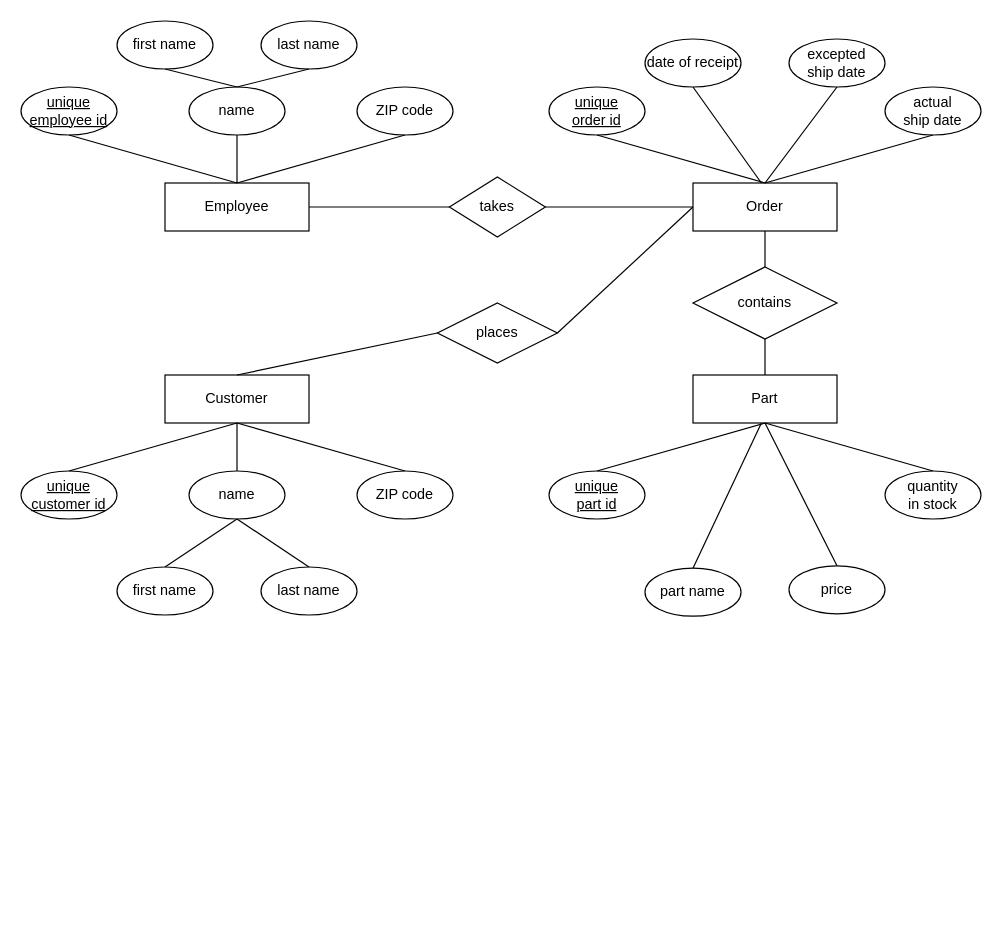
Above: erd.drawio in Sion99/C-Programming-for-Beginners (draw.io), before the change. Source tidied: cells renumbered, new cells numbered last; positions are measured from the earlier drawing's top-left corner, leaving out a move shared by most shapes. Both pictures are drawn from the tidied source at 120%, with x=0, y=0 at pixel (20, 20).
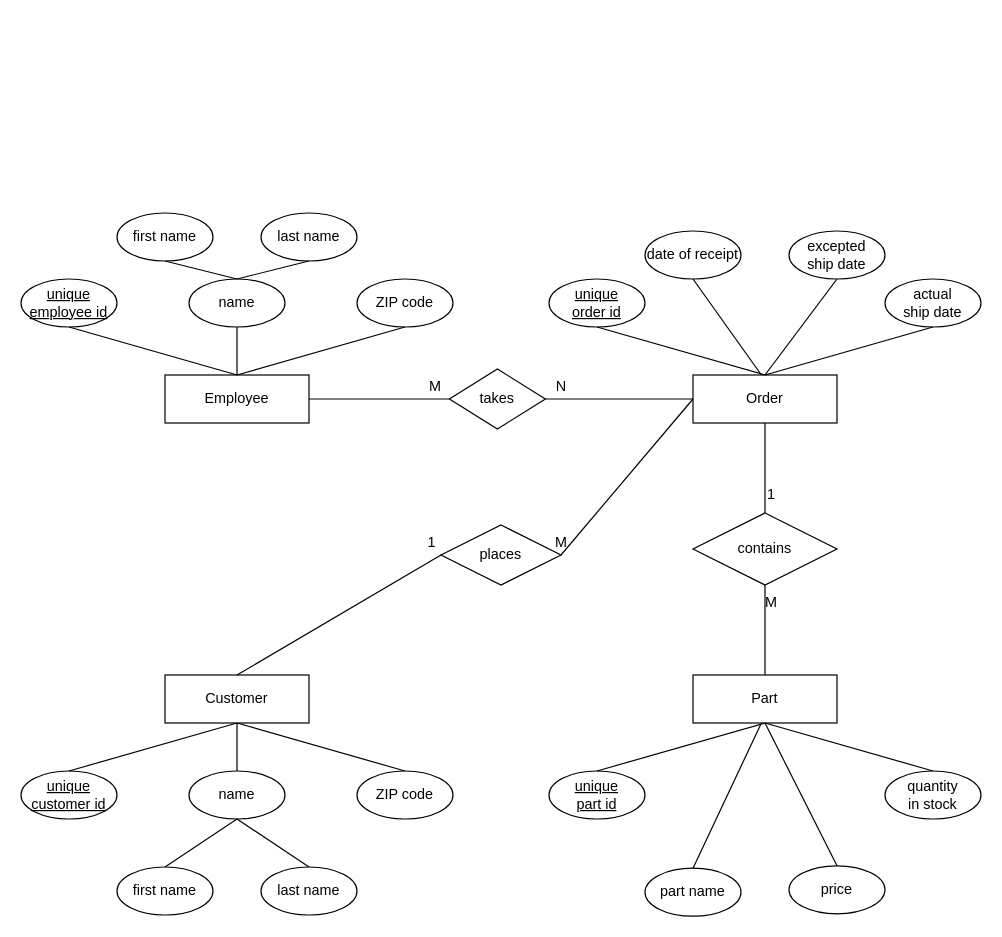
The same diagram, later.

Diff of the diagram source:
```diff
@@
     <mxCell id="2" value="Employee" style="whiteSpace=wrap;html=1;align=center;" parent="1" vertex="1">
-      <mxGeometry x="120" y="135" width="120" height="40" as="geometry" />
+      <mxGeometry x="120" y="295" width="120" height="40" as="geometry" />
     </mxCell>
     <mxCell id="3" value="Order" style="whiteSpace=wrap;html=1;align=center;" parent="1" vertex="1">
-      <mxGeometry x="560" y="135" width="120" height="40" as="geometry" />
+      <mxGeometry x="560" y="295" width="120" height="40" as="geometry" />
     </mxCell>
     <mxCell id="4" value="Part" style="whiteSpace=wrap;html=1;align=center;" parent="1" vertex="1">
-      <mxGeometry x="560" y="295" width="120" height="40" as="geometry" />
+      <mxGeometry x="560" y="545" width="120" height="40" as="geometry" />
     </mxCell>
     <mxCell id="5" value="Customer" style="whiteSpace=wrap;html=1;align=center;" parent="1" vertex="1">
-      <mxGeometry x="120" y="295" width="120" height="40" as="geometry" />
+      <mxGeometry x="120" y="545" width="120" height="40" as="geometry" />
     </mxCell>
     <mxCell id="6" value="&lt;u&gt;unique employee id&lt;/u&gt;" style="ellipse;whiteSpace=wrap;html=1;align=center;" parent="1" vertex="1">
-      <mxGeometry y="55" width="80" height="40" as="geometry" />
+      <mxGeometry y="215" width="80" height="40" as="geometry" />
     </mxCell>
     <mxCell id="7" value="first name" style="ellipse;whiteSpace=wrap;html=1;align=center;" parent="1" vertex="1">
-      <mxGeometry x="80" width="80" height="40" as="geometry" />
+      <mxGeometry x="80" y="160" width="80" height="40" as="geometry" />
     </mxCell>
     <mxCell id="8" value="last name" style="ellipse;whiteSpace=wrap;html=1;align=center;" parent="1" vertex="1">
-      <mxGeometry x="200" width="80" height="40" as="geometry" />
+      <mxGeometry x="200" y="160" width="80" height="40" as="geometry" />
     </mxCell>
     <mxCell id="9" value="ZIP code" style="ellipse;whiteSpace=wrap;html=1;align=center;" parent="1" vertex="1">
-      <mxGeometry x="280" y="55" width="80" height="40" as="geometry" />
+      <mxGeometry x="280" y="215" width="80" height="40" as="geometry" />
     </mxCell>
     <mxCell id="10" value="name" style="ellipse;whiteSpace=wrap;html=1;align=center;" parent="1" vertex="1">
-      <mxGeometry x="140" y="55" width="80" height="40" as="geometry" />
+      <mxGeometry x="140" y="215" width="80" height="40" as="geometry" />
     </mxCell>
@@
     <mxCell id="12" style="endArrow=none;html=1;rounded=0;exitX=0.5;exitY=1;exitDx=0;exitDy=0;" parent="1" edge="1" source="10">
       <mxGeometry relative="1" as="geometry">
-        <mxPoint x="180" y="135" as="targetPoint" />
+        <mxPoint x="180" y="295" as="targetPoint" />
       </mxGeometry>
     </mxCell>
@@
     <mxCell id="16" value="&lt;u&gt;unique&lt;br&gt;order id&lt;br&gt;&lt;/u&gt;" style="ellipse;whiteSpace=wrap;html=1;align=center;" parent="1" vertex="1">
-      <mxGeometry x="440" y="55" width="80" height="40" as="geometry" />
+      <mxGeometry x="440" y="215" width="80" height="40" as="geometry" />
     </mxCell>
     <mxCell id="17" value="date of receipt" style="ellipse;whiteSpace=wrap;html=1;align=center;" parent="1" vertex="1">
-      <mxGeometry x="520" y="15" width="80" height="40" as="geometry" />
+      <mxGeometry x="520" y="175" width="80" height="40" as="geometry" />
     </mxCell>
     <mxCell id="18" value="excepted&lt;br&gt;ship date" style="ellipse;whiteSpace=wrap;html=1;align=center;" parent="1" vertex="1">
-      <mxGeometry x="640" y="15" width="80" height="40" as="geometry" />
+      <mxGeometry x="640" y="175" width="80" height="40" as="geometry" />
     </mxCell>
     <mxCell id="19" value="actual&lt;br&gt;ship date" style="ellipse;whiteSpace=wrap;html=1;align=center;" parent="1" vertex="1">
-      <mxGeometry x="720" y="55" width="80" height="40" as="geometry" />
+      <mxGeometry x="720" y="215" width="80" height="40" as="geometry" />
     </mxCell>
     <mxCell id="20" style="endArrow=none;html=1;rounded=0;exitX=0.5;exitY=1;exitDx=0;exitDy=0;" parent="1" edge="1" source="16">
       <mxGeometry relative="1" as="geometry">
-        <mxPoint x="620" y="135" as="targetPoint" />
+        <mxPoint x="620" y="295" as="targetPoint" />
       </mxGeometry>
     </mxCell>
     <mxCell id="21" style="endArrow=none;html=1;rounded=0;exitX=0.5;exitY=1;exitDx=0;exitDy=0;" parent="1" edge="1" source="19">
       <mxGeometry relative="1" as="geometry">
-        <mxPoint x="620" y="135" as="targetPoint" />
+        <mxPoint x="620" y="295" as="targetPoint" />
       </mxGeometry>
     </mxCell>
     <mxCell id="22" style="endArrow=none;html=1;rounded=0;exitX=0.5;exitY=1;exitDx=0;exitDy=0;" parent="1" edge="1" source="17">
       <mxGeometry relative="1" as="geometry">
-        <mxPoint x="617" y="135" as="targetPoint" />
+        <mxPoint x="617" y="295" as="targetPoint" />
       </mxGeometry>
     </mxCell>
@@
     <mxCell id="24" value="&lt;u&gt;unique customer id&lt;/u&gt;" style="ellipse;whiteSpace=wrap;html=1;align=center;" parent="1" vertex="1">
-      <mxGeometry y="375" width="80" height="40" as="geometry" />
+      <mxGeometry y="625" width="80" height="40" as="geometry" />
     </mxCell>
     <mxCell id="25" value="first name" style="ellipse;whiteSpace=wrap;html=1;align=center;" parent="1" vertex="1">
-      <mxGeometry x="80" y="455" width="80" height="40" as="geometry" />
+      <mxGeometry x="80" y="705" width="80" height="40" as="geometry" />
     </mxCell>
     <mxCell id="26" value="last name" style="ellipse;whiteSpace=wrap;html=1;align=center;" parent="1" vertex="1">
-      <mxGeometry x="200" y="455" width="80" height="40" as="geometry" />
+      <mxGeometry x="200" y="705" width="80" height="40" as="geometry" />
     </mxCell>
     <mxCell id="27" value="ZIP code" style="ellipse;whiteSpace=wrap;html=1;align=center;" parent="1" vertex="1">
-      <mxGeometry x="280" y="375" width="80" height="40" as="geometry" />
+      <mxGeometry x="280" y="625" width="80" height="40" as="geometry" />
     </mxCell>
     <mxCell id="28" value="name" style="ellipse;whiteSpace=wrap;html=1;align=center;" parent="1" vertex="1">
-      <mxGeometry x="140" y="375" width="80" height="40" as="geometry" />
+      <mxGeometry x="140" y="625" width="80" height="40" as="geometry" />
     </mxCell>
     <mxCell id="29" style="endArrow=none;html=1;rounded=0;entryX=0.5;entryY=1;entryDx=0;entryDy=0;" parent="1" edge="1">
       <mxGeometry relative="1" as="geometry">
-        <mxPoint x="40" y="375" as="sourcePoint" />
-        <mxPoint x="180" y="335" as="targetPoint" />
+        <mxPoint x="40" y="625" as="sourcePoint" />
+        <mxPoint x="180" y="585" as="targetPoint" />
       </mxGeometry>
     </mxCell>
     <mxCell id="30" style="endArrow=none;html=1;rounded=0;entryX=0.5;entryY=1;entryDx=0;entryDy=0;" parent="1" edge="1">
       <mxGeometry relative="1" as="geometry">
-        <mxPoint x="180" y="375" as="sourcePoint" />
-        <mxPoint x="180" y="335" as="targetPoint" />
+        <mxPoint x="180" y="625" as="sourcePoint" />
+        <mxPoint x="180" y="585" as="targetPoint" />
       </mxGeometry>
     </mxCell>
     <mxCell id="31" style="endArrow=none;html=1;rounded=0;" parent="1" edge="1">
       <mxGeometry relative="1" as="geometry">
-        <mxPoint x="320" y="375" as="sourcePoint" />
-        <mxPoint x="180" y="335" as="targetPoint" />
+        <mxPoint x="320" y="625" as="sourcePoint" />
+        <mxPoint x="180" y="585" as="targetPoint" />
       </mxGeometry>
     </mxCell>
     <mxCell id="32" style="endArrow=none;html=1;rounded=0;entryX=0.5;entryY=1;entryDx=0;entryDy=0;" parent="1" edge="1" target="28">
       <mxGeometry relative="1" as="geometry">
-        <mxPoint x="120" y="455" as="sourcePoint" />
+        <mxPoint x="120" y="705" as="sourcePoint" />
       </mxGeometry>
     </mxCell>
     <mxCell id="33" style="endArrow=none;html=1;rounded=0;exitX=0.5;exitY=0;exitDx=0;exitDy=0;" parent="1" edge="1" source="26">
       <mxGeometry relative="1" as="geometry">
-        <mxPoint x="180" y="415" as="targetPoint" />
+        <mxPoint x="180" y="665" as="targetPoint" />
       </mxGeometry>
     </mxCell>
     <mxCell id="34" value="&lt;u&gt;unique&lt;br&gt;part id&lt;/u&gt;" style="ellipse;whiteSpace=wrap;html=1;align=center;" parent="1" vertex="1">
-      <mxGeometry x="440" y="375" width="80" height="40" as="geometry" />
+      <mxGeometry x="440" y="625" width="80" height="40" as="geometry" />
     </mxCell>
     <mxCell id="35" value="part name" style="ellipse;whiteSpace=wrap;html=1;align=center;" parent="1" vertex="1">
-      <mxGeometry x="520" y="456" width="80" height="40" as="geometry" />
+      <mxGeometry x="520" y="706" width="80" height="40" as="geometry" />
     </mxCell>
     <mxCell id="36" value="price" style="ellipse;whiteSpace=wrap;html=1;align=center;" parent="1" vertex="1">
-      <mxGeometry x="640" y="454" width="80" height="40" as="geometry" />
+      <mxGeometry x="640" y="704" width="80" height="40" as="geometry" />
     </mxCell>
     <mxCell id="37" value="quantity&lt;br&gt;in stock" style="ellipse;whiteSpace=wrap;html=1;align=center;" parent="1" vertex="1">
-      <mxGeometry x="720" y="375" width="80" height="40" as="geometry" />
+      <mxGeometry x="720" y="625" width="80" height="40" as="geometry" />
     </mxCell>
     <mxCell id="38" style="endArrow=none;html=1;rounded=0;entryX=0.5;entryY=1;entryDx=0;entryDy=0;" parent="1" edge="1">
       <mxGeometry relative="1" as="geometry">
-        <mxPoint x="480" y="375" as="sourcePoint" />
-        <mxPoint x="620" y="335" as="targetPoint" />
+        <mxPoint x="480" y="625" as="sourcePoint" />
+        <mxPoint x="620" y="585" as="targetPoint" />
       </mxGeometry>
     </mxCell>
     <mxCell id="39" style="endArrow=none;html=1;rounded=0;" parent="1" edge="1">
       <mxGeometry relative="1" as="geometry">
-        <mxPoint x="760" y="375" as="sourcePoint" />
-        <mxPoint x="620" y="335" as="targetPoint" />
+        <mxPoint x="760" y="625" as="sourcePoint" />
+        <mxPoint x="620" y="585" as="targetPoint" />
       </mxGeometry>
     </mxCell>
     <mxCell id="40" style="endArrow=none;html=1;rounded=0;exitX=0.5;exitY=0;exitDx=0;exitDy=0;" parent="1" edge="1" source="35">
       <mxGeometry relative="1" as="geometry">
-        <mxPoint x="617" y="335" as="targetPoint" />
+        <mxPoint x="617" y="585" as="targetPoint" />
       </mxGeometry>
     </mxCell>
     <mxCell id="41" style="endArrow=none;html=1;rounded=0;entryX=0.5;entryY=1;entryDx=0;entryDy=0;exitX=0.5;exitY=0;exitDx=0;exitDy=0;" parent="1" edge="1" source="36">
       <mxGeometry relative="1" as="geometry">
-        <mxPoint x="620" y="335" as="targetPoint" />
+        <mxPoint x="620" y="585" as="targetPoint" />
       </mxGeometry>
     </mxCell>
     <mxCell id="42" value="contains" style="shape=rhombus;perimeter=rhombusPerimeter;whiteSpace=wrap;html=1;align=center;" parent="1" vertex="1">
-      <mxGeometry x="560" y="205" width="120" height="60" as="geometry" />
+      <mxGeometry x="560" y="410" width="120" height="60" as="geometry" />
     </mxCell>
     <mxCell id="43" value="takes" style="shape=rhombus;perimeter=rhombusPerimeter;whiteSpace=wrap;html=1;align=center;" parent="1" vertex="1">
-      <mxGeometry x="357" y="130" width="80" height="50" as="geometry" />
+      <mxGeometry x="357" y="290" width="80" height="50" as="geometry" />
     </mxCell>
     <mxCell id="44" value="places" style="shape=rhombus;perimeter=rhombusPerimeter;whiteSpace=wrap;html=1;align=center;" parent="1" vertex="1">
-      <mxGeometry x="347" y="235" width="100" height="50" as="geometry" />
+      <mxGeometry x="350" y="420" width="100" height="50" as="geometry" />
     </mxCell>
@@
+    <mxCell id="51" value="1" style="text;html=1;align=center;verticalAlign=middle;strokeColor=none;fillColor=none;" parent="1" vertex="1">
+      <mxGeometry x="327" y="420" width="30" height="30" as="geometry" />
+    </mxCell>
+    <mxCell id="52" value="M" style="text;html=1;align=center;verticalAlign=middle;strokeColor=none;fillColor=none;" parent="1" vertex="1">
+      <mxGeometry x="435" y="420" width="30" height="30" as="geometry" />
+    </mxCell>
+    <mxCell id="53" value="1" style="text;html=1;align=center;verticalAlign=middle;strokeColor=none;fillColor=none;" parent="1" vertex="1">
+      <mxGeometry x="610" y="380" width="30" height="30" as="geometry" />
+    </mxCell>
+    <mxCell id="54" value="M" style="text;html=1;align=center;verticalAlign=middle;strokeColor=none;fillColor=none;" parent="1" vertex="1">
+      <mxGeometry x="610" y="470" width="30" height="30" as="geometry" />
+    </mxCell>
+    <mxCell id="55" value="N" style="text;html=1;align=center;verticalAlign=middle;strokeColor=none;fillColor=none;" parent="1" vertex="1">
+      <mxGeometry x="435" y="290" width="30" height="30" as="geometry" />
+    </mxCell>
+    <mxCell id="56" value="M" style="text;html=1;align=center;verticalAlign=middle;strokeColor=none;fillColor=none;" parent="1" vertex="1">
+      <mxGeometry x="330" y="290" width="30" height="30" as="geometry" />
+    </mxCell>
```
